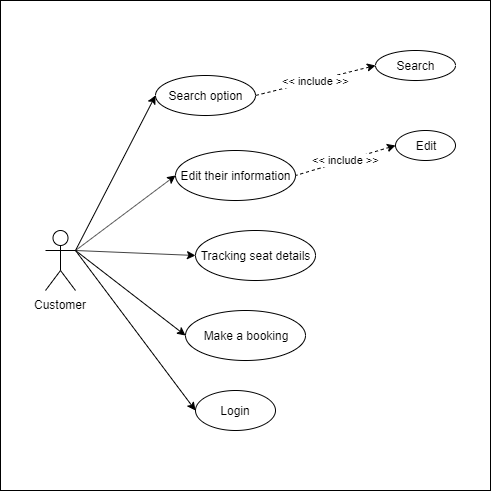
Before: Diagrams/Use Case/Use Case Customer.png, a diagram exported from draw.io (nuhupu/OnlineBusTicket). Source tidied: cells renumbered, new cells last; positions are measured from the earlier drawing's top-left corner, leaving out a move shared by most shapes. Source of this version:
```xml
<mxGraphModel>
  <root>
    <mxCell id="0" />
    <mxCell id="1" parent="0" />
    <mxCell id="2" style="whiteSpace=wrap;html=1;" parent="1" vertex="1">
      <mxGeometry width="490" height="490" as="geometry" />
    </mxCell>
    <mxCell id="3" value="Customer" style="shape=umlActor;verticalLabelPosition=bottom;labelBackgroundColor=#ffffff;verticalAlign=top;html=1;outlineConnect=0;" parent="1" vertex="1">
      <mxGeometry x="45" y="230" width="30" height="60" as="geometry" />
    </mxCell>
    <mxCell id="4" style="endArrow=classic;html=1;exitX=1;exitY=0.3333333333333333;exitDx=0;exitDy=0;exitPerimeter=0;entryX=0;entryY=0.5;entryDx=0;entryDy=0;" parent="1" edge="1" source="3" target="5">
      <mxGeometry relative="1" as="geometry" />
    </mxCell>
    <mxCell id="5" value="Search option" style="ellipse;whiteSpace=wrap;html=1;" parent="1" vertex="1">
      <mxGeometry x="155" y="75" width="100" height="40" as="geometry" />
    </mxCell>
    <mxCell id="6" value="&lt;span style=&quot;text-align: left&quot;&gt;Edit their information&lt;/span&gt;" style="ellipse;whiteSpace=wrap;html=1;" parent="1" vertex="1">
      <mxGeometry x="175" y="150" width="120" height="50" as="geometry" />
    </mxCell>
    <mxCell id="7" style="endArrow=classic;html=1;entryX=0;entryY=0.5;entryDx=0;entryDy=0;exitX=1;exitY=0.3333333333333333;exitDx=0;exitDy=0;exitPerimeter=0;" parent="1" edge="1" source="3" target="6">
      <mxGeometry relative="1" as="geometry" />
    </mxCell>
    <mxCell id="8" style="endArrow=classic;html=1;entryX=0;entryY=0.5;entryDx=0;entryDy=0;exitX=1;exitY=0.3333333333333333;exitDx=0;exitDy=0;exitPerimeter=0;" parent="1" edge="1" source="3" target="11">
      <mxGeometry relative="1" as="geometry" />
    </mxCell>
    <mxCell id="9" style="endArrow=classic;html=1;entryX=0;entryY=0.5;entryDx=0;entryDy=0;exitX=1;exitY=0.3333333333333333;exitDx=0;exitDy=0;exitPerimeter=0;" parent="1" edge="1" source="3" target="10">
      <mxGeometry relative="1" as="geometry" />
    </mxCell>
    <mxCell id="10" value="Login" style="ellipse;whiteSpace=wrap;html=1;" parent="1" vertex="1">
      <mxGeometry x="195" y="390" width="80" height="40" as="geometry" />
    </mxCell>
    <mxCell id="11" value="&lt;span style=&quot;text-align: left&quot;&gt;Make a booking&lt;/span&gt;" style="ellipse;whiteSpace=wrap;html=1;" parent="1" vertex="1">
      <mxGeometry x="185" y="310" width="120" height="50" as="geometry" />
    </mxCell>
    <mxCell id="12" value="&amp;lt;&amp;lt; include &amp;gt;&amp;gt;" style="endArrow=none;dashed=1;html=1;startArrow=classic;startFill=1;exitX=0;exitY=0.5;exitDx=0;exitDy=0;entryX=1;entryY=0.5;entryDx=0;entryDy=0;" parent="1" edge="1" source="13" target="6">
      <mxGeometry relative="1" as="geometry" />
    </mxCell>
    <mxCell id="13" value="Edit" style="ellipse;whiteSpace=wrap;html=1;" parent="1" vertex="1">
      <mxGeometry x="395" y="130" width="60" height="30" as="geometry" />
    </mxCell>
    <mxCell id="14" value="&amp;lt;&amp;lt; include &amp;gt;&amp;gt;" style="endArrow=none;dashed=1;html=1;startArrow=classic;startFill=1;entryX=1;entryY=0.5;entryDx=0;entryDy=0;exitX=0;exitY=0.5;exitDx=0;exitDy=0;" parent="1" edge="1" source="15" target="5">
      <mxGeometry relative="1" as="geometry" />
    </mxCell>
    <mxCell id="15" value="Search" style="ellipse;whiteSpace=wrap;html=1;" parent="1" vertex="1">
      <mxGeometry x="375" y="50" width="80" height="30" as="geometry" />
    </mxCell>
    <mxCell id="16" style="endArrow=classic;html=1;exitX=1;exitY=0.3333333333333333;exitDx=0;exitDy=0;exitPerimeter=0;entryX=0;entryY=0.5;entryDx=0;entryDy=0;" parent="1" edge="1" source="3" target="17">
      <mxGeometry relative="1" as="geometry" />
    </mxCell>
    <mxCell id="17" value="&lt;span style=&quot;text-align: left ; white-space: nowrap&quot;&gt;Tracking seat details&lt;/span&gt;" style="ellipse;whiteSpace=wrap;html=1;" parent="1" vertex="1">
      <mxGeometry x="195" y="230" width="120" height="50" as="geometry" />
    </mxCell>
  </root>
</mxGraphModel>
```
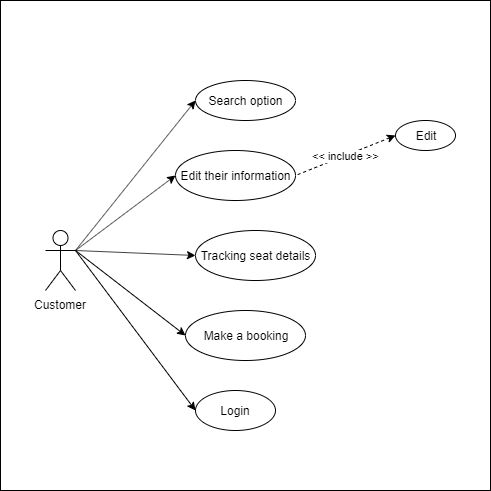
Later version of the same file.

The edit, as a diff of the source:
```diff
@@ -12,7 +12,7 @@
       <mxGeometry relative="1" as="geometry" />
     </mxCell>
     <mxCell id="5" value="Search option" style="ellipse;whiteSpace=wrap;html=1;" parent="1" vertex="1">
-      <mxGeometry x="155" y="75" width="100" height="40" as="geometry" />
+      <mxGeometry x="195" y="80" width="100" height="40" as="geometry" />
     </mxCell>
     <mxCell id="6" value="&lt;span style=&quot;text-align: left&quot;&gt;Edit their information&lt;/span&gt;" style="ellipse;whiteSpace=wrap;html=1;" parent="1" vertex="1">
       <mxGeometry x="175" y="150" width="120" height="50" as="geometry" />
@@ -36,14 +36,8 @@
       <mxGeometry relative="1" as="geometry" />
     </mxCell>
     <mxCell id="13" value="Edit" style="ellipse;whiteSpace=wrap;html=1;" parent="1" vertex="1">
-      <mxGeometry x="395" y="130" width="60" height="30" as="geometry" />
+      <mxGeometry x="395" y="120" width="60" height="30" as="geometry" />
     </mxCell>
-    <mxCell id="14" value="&amp;lt;&amp;lt; include &amp;gt;&amp;gt;" style="endArrow=none;dashed=1;html=1;startArrow=classic;startFill=1;entryX=1;entryY=0.5;entryDx=0;entryDy=0;exitX=0;exitY=0.5;exitDx=0;exitDy=0;" parent="1" edge="1" source="15" target="5">
-      <mxGeometry relative="1" as="geometry" />
-    </mxCell>
-    <mxCell id="15" value="Search" style="ellipse;whiteSpace=wrap;html=1;" parent="1" vertex="1">
-      <mxGeometry x="375" y="50" width="80" height="30" as="geometry" />
-    </mxCell>
     <mxCell id="16" style="endArrow=classic;html=1;exitX=1;exitY=0.3333333333333333;exitDx=0;exitDy=0;exitPerimeter=0;entryX=0;entryY=0.5;entryDx=0;entryDy=0;" parent="1" edge="1" source="3" target="17">
       <mxGeometry relative="1" as="geometry" />
     </mxCell>
```
